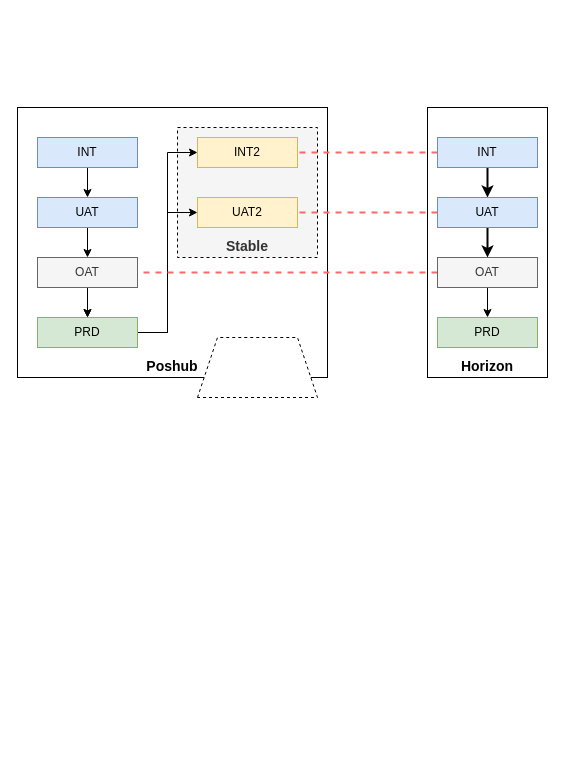
Tramber/idea-drawing keeps this draw.io diagram as Untitled Diagram.drawio. Above is the earlier version. Source tidied: cells renumbered, new cells numbered last; positions are measured from the earlier drawing's top-left corner, leaving out a move shared by most shapes. Both pictures are drawn from the tidied source at 100%, with x=0, y=0 at pixel (17, 107). Pictures stored in the file or linked from it are replaced by grey dashed boxes.
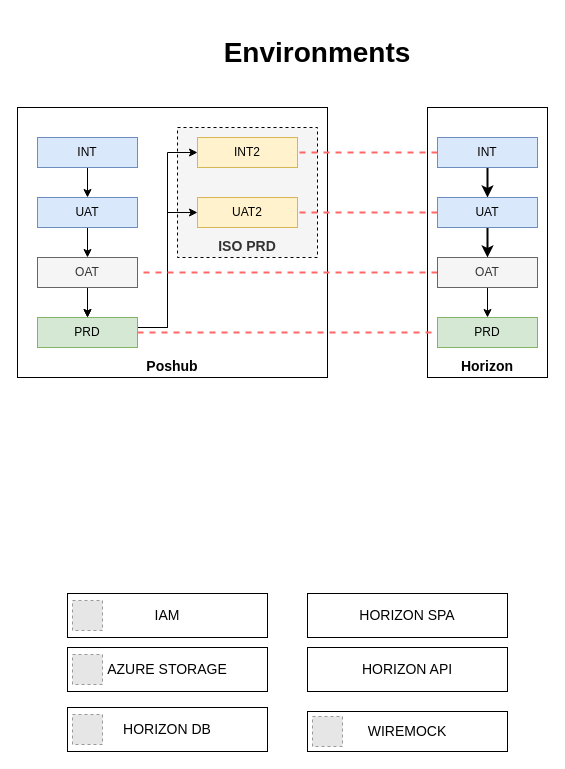
After the change.

The change refers to these unchanged cells:
```xml
<mxCell id="14" value="PRD" style="rounded=0;whiteSpace=wrap;html=1;fillColor=#d5e8d4;strokeColor=#82b366;" parent="1" vertex="1">
  <mxGeometry x="20" y="210" width="100" height="30" as="geometry" />
</mxCell>
<mxCell id="15" value="INT2" style="rounded=0;whiteSpace=wrap;html=1;fillColor=#fff2cc;strokeColor=#d6b656;" parent="1" vertex="1">
  <mxGeometry x="180" y="30" width="100" height="30" as="geometry" />
</mxCell>
<mxCell id="16" value="UAT2" style="rounded=0;whiteSpace=wrap;html=1;fillColor=#fff2cc;strokeColor=#d6b656;" parent="1" vertex="1">
  <mxGeometry x="180" y="90" width="100" height="30" as="geometry" />
</mxCell>
<mxCell id="26" value="PRD" style="rounded=0;whiteSpace=wrap;html=1;fillColor=#d5e8d4;strokeColor=#82b366;" parent="1" vertex="1">
  <mxGeometry x="420" y="210" width="100" height="30" as="geometry" />
</mxCell>
```

The edit, as a diff of the source:
```diff
@@
-    <mxCell id="3" value="Stable" style="rounded=0;whiteSpace=wrap;html=1;fontSize=14;fillColor=#f5f5f5;fontColor=#333333;strokeColor=default;dashed=1;verticalAlign=bottom;fontStyle=1;" parent="1" vertex="1">
+    <mxCell id="3" value="ISO PRD" style="rounded=0;whiteSpace=wrap;html=1;fontSize=14;fillColor=#f5f5f5;fontColor=#333333;strokeColor=default;dashed=1;verticalAlign=bottom;fontStyle=1;" parent="1" vertex="1">
       <mxGeometry x="160" y="20" width="140" height="130" as="geometry" />
     </mxCell>
@@
     <mxCell id="12" style="edgeStyle=orthogonalEdgeStyle;rounded=0;jettySize=auto;html=1;entryX=0;entryY=0.5;entryDx=0;entryDy=0;" parent="1" edge="1" source="14" target="15">
-      <mxGeometry relative="1" as="geometry" />
+      <mxGeometry relative="1" as="geometry">
+        <Array as="points">
+          <mxPoint x="150" y="220" />
+          <mxPoint x="150" y="45" />
+        </Array>
+      </mxGeometry>
     </mxCell>
     <mxCell id="13" style="edgeStyle=orthogonalEdgeStyle;rounded=0;jettySize=auto;html=1;entryX=0;entryY=0.5;entryDx=0;entryDy=0;" parent="1" edge="1" source="14" target="16">
-      <mxGeometry relative="1" as="geometry" />
+      <mxGeometry relative="1" as="geometry">
+        <Array as="points">
+          <mxPoint x="150" y="220" />
+          <mxPoint x="150" y="105" />
+        </Array>
+      </mxGeometry>
     </mxCell>
+    <mxCell id="28" style="edgeStyle=orthogonalEdgeStyle;rounded=0;jettySize=auto;html=1;entryX=0;entryY=0.5;entryDx=0;entryDy=0;dashed=1;strokeColor=#FF6666;strokeWidth=2;fontSize=14;startArrow=none;startFill=0;endArrow=none;endFill=0;" parent="1" edge="1" source="14" target="26">
+      <mxGeometry relative="1" as="geometry" />
+    </mxCell>
@@
-    <mxCell id="27" style="shape=trapezoid;perimeter=trapezoidPerimeter;whiteSpace=wrap;html=1;fixedSize=1;dashed=1;labelBackgroundColor=none;strokeColor=default;fontSize=14;" parent="1" vertex="1">
-      <mxGeometry x="180" y="230" width="120" height="60" as="geometry" />
-    </mxCell>
+    <mxCell id="29" value="&lt;h1&gt;Environments&lt;/h1&gt;" style="text;html=1;strokeColor=none;fillColor=none;align=center;verticalAlign=middle;whiteSpace=wrap;rounded=0;dashed=1;labelBackgroundColor=none;fontSize=14;" parent="1" vertex="1">
+      <mxGeometry x="190" y="-70" width="220" height="30" as="geometry" />
+    </mxCell>
+    <mxCell id="30" style="group;" parent="1" vertex="1">
+      <mxGeometry x="50" y="486" width="200" height="44" as="geometry" />
+    </mxCell>
+    <mxCell id="31" value="IAM" style="rounded=0;whiteSpace=wrap;html=1;labelBackgroundColor=none;strokeColor=default;fontSize=14;" parent="30" vertex="1">
+      <mxGeometry width="200" height="44" as="geometry" />
+    </mxCell>
+    <mxCell id="32" style="fillColor=#E6E6E6;strokeColor=#999999;dashed=1;html=1;verticalAlign=top;verticalLabelPosition=bottom;labelBackgroundColor=#ffffff;fontSize=14;" parent="30" vertex="1">
+      <mxGeometry x="5" y="7" width="30" height="30" as="geometry" />
+    </mxCell>
+    <mxCell id="33" style="group;align=right;" parent="1" vertex="1">
+      <mxGeometry x="50" y="540" width="200" height="44" as="geometry" />
+    </mxCell>
+    <mxCell id="34" value="AZURE STORAGE" style="rounded=0;whiteSpace=wrap;html=1;labelBackgroundColor=none;strokeColor=default;fontSize=14;align=center;" parent="33" vertex="1">
+      <mxGeometry width="200" height="44" as="geometry" />
+    </mxCell>
+    <mxCell id="35" style="fillColor=#E6E6E6;strokeColor=#999999;dashed=1;html=1;verticalAlign=top;verticalLabelPosition=bottom;labelBackgroundColor=#ffffff;fontSize=14;" parent="33" vertex="1">
+      <mxGeometry x="5" y="7" width="30" height="30" as="geometry" />
+    </mxCell>
+    <mxCell id="36" style="group;" parent="1" vertex="1">
+      <mxGeometry x="50" y="600" width="200" height="44" as="geometry" />
+    </mxCell>
+    <mxCell id="37" value="HORIZON DB" style="rounded=0;whiteSpace=wrap;html=1;labelBackgroundColor=none;strokeColor=default;fontSize=14;" parent="36" vertex="1">
+      <mxGeometry width="200" height="44" as="geometry" />
+    </mxCell>
+    <mxCell id="38" style="fillColor=#E6E6E6;strokeColor=#999999;dashed=1;html=1;verticalAlign=top;verticalLabelPosition=bottom;labelBackgroundColor=#ffffff;fontSize=14;" parent="36" vertex="1">
+      <mxGeometry x="5" y="7" width="30" height="30" as="geometry" />
+    </mxCell>
+    <mxCell id="39" style="group;" parent="1" vertex="1">
+      <mxGeometry x="290" y="604" width="200" height="40" as="geometry" />
+    </mxCell>
+    <mxCell id="40" value="WIREMOCK" style="rounded=0;whiteSpace=wrap;html=1;labelBackgroundColor=none;strokeColor=default;fontSize=14;" parent="39" vertex="1">
+      <mxGeometry width="200" height="40" as="geometry" />
+    </mxCell>
+    <mxCell id="41" style="fillColor=#E6E6E6;strokeColor=#999999;dashed=1;html=1;verticalAlign=top;verticalLabelPosition=bottom;labelBackgroundColor=#ffffff;fontSize=14;" parent="39" vertex="1">
+      <mxGeometry x="5" y="5" width="30" height="30" as="geometry" />
+    </mxCell>
+    <mxCell id="42" value="HORIZON SPA" style="rounded=0;whiteSpace=wrap;html=1;labelBackgroundColor=none;strokeColor=default;fontSize=14;" parent="1" vertex="1">
+      <mxGeometry x="290" y="486" width="200" height="44" as="geometry" />
+    </mxCell>
+    <mxCell id="43" value="HORIZON API" style="rounded=0;whiteSpace=wrap;html=1;labelBackgroundColor=none;strokeColor=default;fontSize=14;" parent="1" vertex="1">
+      <mxGeometry x="290" y="540" width="200" height="44" as="geometry" />
+    </mxCell>
```
